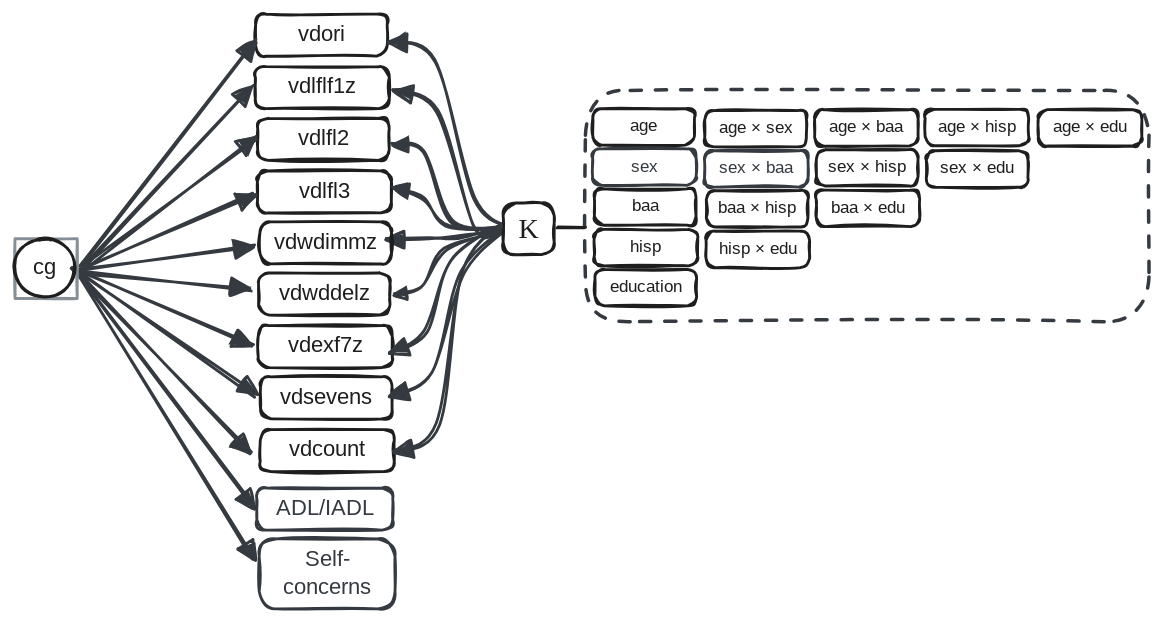
This is R/excalidraw/PMM-103-PMM-no-latent.excalidraw.svg from dougtommet/HRS_cog_classification, a Excalidraw export, as it was before one commit. Source tidied: one line per element, renumbered; positions are measured from the earlier drawing's top-left corner, leaving out a move shared by most shapes. Its diagram source:
```json
{"id": 0, "type": "rectangle", "strokeColor": "#1e1e1e", "strokeWidth": 2, "roughness": 1, "round": true, "x": 173, "y": 0, "width": 94, "height": 30}
{"id": 1, "type": "text", "text": "vdori", "strokeColor": "#1e1e1e", "strokeWidth": 2, "roughness": 1, "fontSize": 16, "fontFamily": 5, "textAlign": "center", "verticalAlign": "middle", "inside": 0, "x": 203, "y": 5, "width": 34, "height": 20}
{"id": 2, "type": "rectangle", "strokeColor": "#1e1e1e", "strokeWidth": 2, "roughness": 1, "round": true, "x": 175, "y": 185, "width": 94, "height": 30}
{"id": 3, "type": "text", "text": "vdwddelz", "strokeColor": "#1e1e1e", "strokeWidth": 2, "roughness": 1, "fontSize": 16, "fontFamily": 5, "textAlign": "center", "verticalAlign": "middle", "inside": 2, "x": 187, "y": 190, "width": 70, "height": 20}
{"id": 4, "type": "rectangle", "strokeColor": "#1e1e1e", "strokeWidth": 2, "roughness": 1, "round": true, "x": 174, "y": 74, "width": 94, "height": 30}
{"id": 5, "type": "text", "text": "vdlfl2", "strokeColor": "#1e1e1e", "strokeWidth": 2, "roughness": 1, "fontSize": 16, "fontFamily": 5, "textAlign": "center", "verticalAlign": "middle", "inside": 4, "x": 202, "y": 79, "width": 37, "height": 20}
{"id": 6, "type": "rectangle", "strokeColor": "#1e1e1e", "strokeWidth": 2, "roughness": 1, "round": true, "x": 176, "y": 259, "width": 94, "height": 30}
{"id": 7, "type": "text", "text": "vdsevens", "strokeColor": "#1e1e1e", "strokeWidth": 2, "roughness": 1, "fontSize": 16, "fontFamily": 5, "textAlign": "center", "verticalAlign": "middle", "inside": 6, "x": 188, "y": 264, "width": 69, "height": 20}
{"id": 8, "type": "rectangle", "strokeColor": "#1e1e1e", "strokeWidth": 2, "roughness": 1, "round": true, "x": 172, "y": 38, "width": 96, "height": 30}
{"id": 9, "type": "text", "text": "vdlflf1z", "strokeColor": "#1e1e1e", "strokeWidth": 2, "roughness": 1, "fontSize": 16, "fontFamily": 5, "textAlign": "center", "verticalAlign": "middle", "inside": 8, "x": 195, "y": 43, "width": 50, "height": 20}
{"id": 10, "type": "rectangle", "strokeColor": "#1e1e1e", "strokeWidth": 2, "roughness": 1, "round": true, "x": 174, "y": 222, "width": 96, "height": 30}
{"id": 11, "type": "text", "text": "vdexf7z", "strokeColor": "#1e1e1e", "strokeWidth": 2, "roughness": 1, "fontSize": 16, "fontFamily": 5, "textAlign": "center", "verticalAlign": "middle", "inside": 10, "x": 191, "y": 227, "width": 62, "height": 20}
{"id": 12, "type": "rectangle", "strokeColor": "#1e1e1e", "strokeWidth": 2, "roughness": 1, "round": true, "x": 174, "y": 112, "width": 96, "height": 30}
{"id": 13, "type": "text", "text": "vdlfl3", "strokeColor": "#1e1e1e", "strokeWidth": 2, "roughness": 1, "fontSize": 16, "fontFamily": 5, "textAlign": "center", "verticalAlign": "middle", "inside": 12, "x": 203, "y": 117, "width": 37, "height": 20}
{"id": 14, "type": "rectangle", "strokeColor": "#1e1e1e", "strokeWidth": 2, "roughness": 1, "round": true, "x": 176, "y": 297, "width": 96, "height": 30}
{"id": 15, "type": "text", "text": "vdcount", "strokeColor": "#1e1e1e", "strokeWidth": 2, "roughness": 1, "fontSize": 16, "fontFamily": 5, "textAlign": "center", "verticalAlign": "middle", "inside": 14, "x": 193, "y": 302, "width": 62, "height": 20}
{"id": 16, "type": "arrow", "strokeColor": "#343a40", "strokeWidth": 2, "roughness": 1, "endArrowhead": "triangle", "round": true, "x": 47, "y": 179, "width": 124, "height": 161, "points": [[0, 0], [124, -161]]}
{"id": 17, "type": "arrow", "strokeColor": "#343a40", "strokeWidth": 2, "roughness": 1, "endArrowhead": "triangle", "round": true, "to": 8, "x": 50, "y": 181, "width": 122, "height": 129, "points": [[0, 0], [122, -129]]}
{"id": 18, "type": "arrow", "strokeColor": "#343a40", "strokeWidth": 2, "roughness": 1, "endArrowhead": "triangle", "round": true, "to": 4, "x": 49, "y": 181, "width": 123, "height": 92, "points": [[0, 0], [123, -92]]}
{"id": 19, "type": "arrow", "strokeColor": "#343a40", "strokeWidth": 2, "roughness": 1, "endArrowhead": "triangle", "round": true, "from": 32, "to": 12, "x": 42, "y": 184, "width": 129, "height": 55, "points": [[0, 0], [129, -55]]}
{"id": 20, "type": "arrow", "strokeColor": "#343a40", "strokeWidth": 2, "roughness": 1, "endArrowhead": "triangle", "round": true, "to": 2, "x": 50, "y": 184, "width": 120, "height": 13, "points": [[0, 0], [120, 13]]}
{"id": 21, "type": "arrow", "strokeColor": "#343a40", "strokeWidth": 2, "roughness": 1, "endArrowhead": "triangle", "round": true, "to": 43, "x": 51, "y": 182, "width": 120, "height": 17, "points": [[0, 0], [120, -17]]}
{"id": 22, "type": "arrow", "strokeColor": "#343a40", "strokeWidth": 2, "roughness": 1, "endArrowhead": "triangle", "round": true, "from": 32, "to": 10, "x": 42, "y": 182, "width": 130, "height": 55, "points": [[0, 0], [130, 55]]}
{"id": 23, "type": "arrow", "strokeColor": "#343a40", "strokeWidth": 2, "roughness": 1, "endArrowhead": "triangle", "round": true, "to": 6, "x": 47, "y": 185, "width": 126, "height": 89, "points": [[0, 0], [126, 89]]}
{"id": 24, "type": "arrow", "strokeColor": "#343a40", "strokeWidth": 2, "roughness": 1, "endArrowhead": "triangle", "round": true, "from": 32, "to": 14, "x": 42, "y": 181, "width": 128, "height": 132, "points": [[0, 0], [128, 132]]}
{"id": 25, "type": "rectangle", "strokeColor": "#343a40", "strokeWidth": 2, "roughness": 1, "round": true, "x": 175, "y": 375, "width": 97, "height": 50}
{"id": 26, "type": "text", "text": "Self-\nconcerns", "strokeColor": "#343a40", "strokeWidth": 2, "roughness": 1, "fontSize": 16, "fontFamily": 5, "textAlign": "center", "verticalAlign": "middle", "inside": 25, "x": 190, "y": 380, "width": 66, "height": 40}
{"id": 27, "type": "rectangle", "strokeColor": "#343a40", "strokeWidth": 2, "roughness": 1, "round": true, "x": 173, "y": 338, "width": 97, "height": 30}
{"id": 28, "type": "text", "text": "ADL/IADL", "strokeColor": "#343a40", "strokeWidth": 2, "roughness": 1, "fontSize": 16, "fontFamily": 5, "textAlign": "center", "verticalAlign": "middle", "inside": 27, "x": 184, "y": 343, "width": 76, "height": 20}
{"id": 29, "type": "arrow", "strokeColor": "#343a40", "strokeWidth": 2, "roughness": 1, "endArrowhead": "triangle", "round": true, "from": 32, "to": 27, "x": 44, "y": 184, "width": 127, "height": 168, "points": [[0, 0], [127, 168]]}
{"id": 30, "type": "arrow", "strokeColor": "#343a40", "strokeWidth": 2, "roughness": 1, "endArrowhead": "triangle", "round": true, "from": 32, "to": 25, "x": 44, "y": 184, "width": 127, "height": 206, "points": [[0, 0], [127, 206]]}
{"id": 31, "type": "rectangle", "strokeColor": "#868e96", "strokeWidth": 2, "roughness": 1, "x": 1, "y": 160, "width": 44, "height": 43}
{"id": 32, "type": "ellipse", "strokeColor": "#1e1e1e", "strokeWidth": 2, "roughness": 1, "x": 0, "y": 160, "width": 44, "height": 42}
{"id": 33, "type": "text", "text": "cg", "strokeColor": "#1e1e1e", "strokeWidth": 2, "roughness": 1, "fontSize": 16, "fontFamily": 5, "textAlign": "center", "verticalAlign": "middle", "inside": 32, "x": 14, "y": 171, "width": 15, "height": 20}
{"id": 34, "type": "arrow", "strokeColor": "#343a40", "strokeWidth": 2, "roughness": 1, "endArrowhead": "triangle", "round": true, "from": 45, "to": 0, "x": 357, "y": 153, "width": 89, "height": 134, "points": [[0, 0], [-28, -21], [-56, -120], [-89, -134]]}
{"id": 35, "type": "arrow", "strokeColor": "#343a40", "strokeWidth": 2, "roughness": 1, "endArrowhead": "triangle", "round": true, "from": 45, "to": 8, "x": 346, "y": 156, "width": 76, "height": 102, "points": [[0, 0], [-18, -5], [-43, -88], [-76, -102]]}
{"id": 36, "type": "arrow", "strokeColor": "#343a40", "angle": 0.01, "strokeWidth": 2, "roughness": 1, "endArrowhead": "triangle", "round": true, "x": 356, "y": 149, "width": 87, "height": 57, "points": [[0, 0], [-41, -1], [-64, -51], [-87, -57]]}
{"id": 37, "type": "arrow", "strokeColor": "#343a40", "angle": 0.08, "strokeWidth": 2, "roughness": 1, "endArrowhead": "triangle", "round": true, "x": 360, "y": 150, "width": 91, "height": 24, "points": [[0, 0], [-48, 2], [-68, -16], [-91, -22]]}
{"id": 38, "type": "arrow", "strokeColor": "#343a40", "angle": 0.08, "strokeWidth": 2, "roughness": 1, "endArrowhead": "triangle", "round": true, "from": 45, "to": 43, "x": 343, "y": 150, "width": 76, "height": 13, "points": [[0, 0], [-27, 8], [-47, 11], [-76, 13]]}
{"id": 39, "type": "arrow", "strokeColor": "#343a40", "strokeWidth": 2, "roughness": 1, "endArrowhead": "triangle", "round": true, "from": 45, "to": 14, "x": 355, "y": 146, "width": 84, "height": 166, "points": [[0, 0], [-35, 36], [-53, 147], [-84, 166]]}
{"id": 40, "type": "arrow", "strokeColor": "#343a40", "strokeWidth": 2, "roughness": 1, "endArrowhead": "triangle", "round": true, "x": 356, "y": 149, "width": 87, "height": 124, "points": [[0, 0], [-36, 35], [-57, 106], [-87, 124]]}
{"id": 41, "type": "arrow", "strokeColor": "#343a40", "strokeWidth": 2, "roughness": 1, "endArrowhead": "triangle", "round": true, "x": 355, "y": 147, "width": 87, "height": 96, "points": [[0, 0], [-42, 28], [-62, 80], [-87, 96]]}
{"id": 42, "type": "arrow", "strokeColor": "#343a40", "strokeWidth": 2, "roughness": 1, "endArrowhead": "triangle", "round": true, "from": 45, "to": 2, "x": 349, "y": 155, "width": 77, "height": 44, "points": [[0, 0], [-41, 13], [-57, 39], [-77, 44]]}
{"id": 43, "type": "rectangle", "strokeColor": "#1e1e1e", "strokeWidth": 2, "roughness": 1, "round": true, "x": 176, "y": 148, "width": 94, "height": 30}
{"id": 44, "type": "text", "text": "vdwdimmz", "strokeColor": "#1e1e1e", "strokeWidth": 2, "roughness": 1, "fontSize": 16, "fontFamily": 5, "textAlign": "center", "verticalAlign": "middle", "inside": 43, "x": 187, "y": 153, "width": 72, "height": 20}
{"id": 45, "type": "rectangle", "strokeColor": "#1e1e1e", "backgroundColor": "#ffffff", "fillStyle": "solid", "strokeWidth": 2, "roughness": 1, "round": true, "x": 349, "y": 135, "width": 36, "height": 37}
{"id": 46, "type": "text", "text": "Κ", "strokeColor": "#1e1e1e", "strokeWidth": 2, "roughness": 1, "fontSize": 20, "fontFamily": 6, "textAlign": "center", "verticalAlign": "middle", "inside": 45, "x": 360, "y": 140, "width": 16, "height": 27}
{"id": 47, "type": "rectangle", "strokeColor": "#1e1e1e", "strokeWidth": 2, "roughness": 1, "round": true, "x": 413, "y": 68, "width": 73, "height": 26}
{"id": 48, "type": "text", "text": "age", "strokeColor": "#1e1e1e", "strokeWidth": 2, "roughness": 1, "fontSize": 12.36, "fontFamily": 5, "textAlign": "center", "verticalAlign": "middle", "inside": 47, "x": 439, "y": 73, "width": 21, "height": 15}
{"id": 49, "type": "rectangle", "strokeColor": "#1e1e1e", "strokeWidth": 2, "roughness": 1, "round": true, "x": 415, "y": 182, "width": 73, "height": 26}
{"id": 50, "type": "text", "text": "education", "strokeColor": "#1e1e1e", "strokeWidth": 2, "roughness": 1, "fontSize": 12.36, "fontFamily": 5, "textAlign": "center", "verticalAlign": "middle", "inside": 49, "x": 422, "y": 188, "width": 58, "height": 15}
{"id": 51, "type": "rectangle", "strokeColor": "#1e1e1e", "strokeWidth": 2, "roughness": 1, "round": true, "x": 415, "y": 125, "width": 73, "height": 26}
{"id": 52, "type": "text", "text": "baa", "strokeColor": "#1e1e1e", "strokeWidth": 2, "roughness": 1, "fontSize": 12.36, "fontFamily": 5, "textAlign": "center", "verticalAlign": "middle", "inside": 51, "x": 440, "y": 130, "width": 21, "height": 15}
{"id": 53, "type": "rectangle", "strokeColor": "#343a40", "strokeWidth": 2, "roughness": 1, "round": true, "x": 413, "y": 96, "width": 74, "height": 26}
{"id": 54, "type": "text", "text": "sex", "strokeColor": "#343a40", "strokeWidth": 2, "roughness": 1, "fontSize": 12.36, "fontFamily": 5, "textAlign": "center", "verticalAlign": "middle", "inside": 53, "x": 440, "y": 102, "width": 21, "height": 15}
{"id": 55, "type": "rectangle", "strokeColor": "#1e1e1e", "strokeWidth": 2, "roughness": 1, "round": true, "x": 414, "y": 154, "width": 74, "height": 26}
{"id": 56, "type": "text", "text": "hisp", "strokeColor": "#1e1e1e", "strokeWidth": 2, "roughness": 1, "fontSize": 12.36, "fontFamily": 5, "textAlign": "center", "verticalAlign": "middle", "inside": 55, "x": 440, "y": 159, "width": 23, "height": 15}
{"id": 57, "type": "rectangle", "strokeColor": "#1e1e1e", "strokeWidth": 2, "roughness": 1, "round": true, "x": 493, "y": 69, "width": 73, "height": 26}
{"id": 58, "type": "text", "text": "age × sex", "strokeColor": "#1e1e1e", "strokeWidth": 2, "roughness": 1, "fontSize": 12.36, "fontFamily": 5, "textAlign": "center", "verticalAlign": "middle", "inside": 57, "x": 501, "y": 74, "width": 58, "height": 15}
{"id": 59, "type": "rectangle", "strokeColor": "#1e1e1e", "strokeWidth": 2, "roughness": 1, "round": true, "x": 495, "y": 126, "width": 73, "height": 26}
{"id": 60, "type": "text", "text": "baa × hisp", "strokeColor": "#1e1e1e", "strokeWidth": 2, "roughness": 1, "fontSize": 12.36, "fontFamily": 5, "textAlign": "center", "verticalAlign": "middle", "inside": 59, "x": 500, "y": 131, "width": 61, "height": 15}
{"id": 61, "type": "rectangle", "strokeColor": "#1e1e1e", "strokeWidth": 2, "roughness": 1, "round": true, "x": 573, "y": 97, "width": 73, "height": 26}
{"id": 62, "type": "text", "text": "sex × hisp", "strokeColor": "#1e1e1e", "strokeWidth": 2, "roughness": 1, "fontSize": 12.36, "fontFamily": 5, "textAlign": "center", "verticalAlign": "middle", "inside": 61, "x": 579, "y": 102, "width": 61, "height": 15}
{"id": 63, "type": "rectangle", "strokeColor": "#343a40", "strokeWidth": 2, "roughness": 1, "round": true, "x": 493, "y": 98, "width": 74, "height": 26}
{"id": 64, "type": "text", "text": "sex × baa", "strokeColor": "#343a40", "strokeWidth": 2, "roughness": 1, "fontSize": 12.36, "fontFamily": 5, "textAlign": "center", "verticalAlign": "middle", "inside": 63, "x": 501, "y": 103, "width": 58, "height": 15}
{"id": 65, "type": "rectangle", "strokeColor": "#1e1e1e", "strokeWidth": 2, "roughness": 1, "round": true, "x": 572, "y": 68, "width": 74, "height": 26}
{"id": 66, "type": "text", "text": "age × baa", "strokeColor": "#1e1e1e", "strokeWidth": 2, "roughness": 1, "fontSize": 12.36, "fontFamily": 5, "textAlign": "center", "verticalAlign": "middle", "inside": 65, "x": 580, "y": 74, "width": 58, "height": 15}
{"id": 67, "type": "rectangle", "strokeColor": "#1e1e1e", "strokeWidth": 2, "roughness": 1, "round": true, "x": 494, "y": 155, "width": 74, "height": 26}
{"id": 68, "type": "text", "text": "hisp × edu", "strokeColor": "#1e1e1e", "strokeWidth": 2, "roughness": 1, "fontSize": 12.36, "fontFamily": 5, "textAlign": "center", "verticalAlign": "middle", "inside": 67, "x": 501, "y": 160, "width": 61, "height": 15}
{"id": 69, "type": "rectangle", "strokeColor": "#1e1e1e", "strokeWidth": 2, "roughness": 1, "round": true, "x": 573, "y": 126, "width": 74, "height": 26}
{"id": 70, "type": "text", "text": "baa × edu", "strokeColor": "#1e1e1e", "strokeWidth": 2, "roughness": 1, "fontSize": 12.36, "fontFamily": 5, "textAlign": "center", "verticalAlign": "middle", "inside": 69, "x": 581, "y": 131, "width": 59, "height": 15}
{"id": 71, "type": "rectangle", "strokeColor": "#1e1e1e", "strokeWidth": 2, "roughness": 1, "round": true, "x": 651, "y": 68, "width": 74, "height": 26}
{"id": 72, "type": "text", "text": "age × hisp", "strokeColor": "#1e1e1e", "strokeWidth": 2, "roughness": 1, "fontSize": 12.36, "fontFamily": 5, "textAlign": "center", "verticalAlign": "middle", "inside": 71, "x": 657, "y": 73, "width": 61, "height": 15}
{"id": 73, "type": "rectangle", "strokeColor": "#1e1e1e", "strokeWidth": 2, "roughness": 1, "round": true, "x": 732, "y": 68, "width": 74, "height": 26}
{"id": 74, "type": "text", "text": "age × edu", "strokeColor": "#1e1e1e", "strokeWidth": 2, "roughness": 1, "fontSize": 12.36, "fontFamily": 5, "textAlign": "center", "verticalAlign": "middle", "inside": 73, "x": 740, "y": 73, "width": 58, "height": 15}
{"id": 75, "type": "rectangle", "strokeColor": "#343a40", "strokeWidth": 2, "strokeStyle": "dashed", "roughness": 1, "round": true, "x": 408, "y": 54, "width": 403, "height": 165}
{"id": 76, "type": "line", "strokeColor": "#1e1e1e", "backgroundColor": "#ffffff", "fillStyle": "solid", "strokeWidth": 2, "roughness": 1, "round": true, "x": 408, "y": 152, "width": 20, "height": 0, "points": [[0, 0], [-20, 0]]}
{"id": 77, "type": "rectangle", "strokeColor": "#1e1e1e", "strokeWidth": 2, "roughness": 1, "round": true, "x": 652, "y": 98, "width": 73, "height": 26}
{"id": 78, "type": "text", "text": "sex × edu", "strokeColor": "#1e1e1e", "strokeWidth": 2, "roughness": 1, "fontSize": 12.36, "fontFamily": 5, "textAlign": "center", "verticalAlign": "middle", "inside": 77, "x": 659, "y": 103, "width": 58, "height": 15}
```
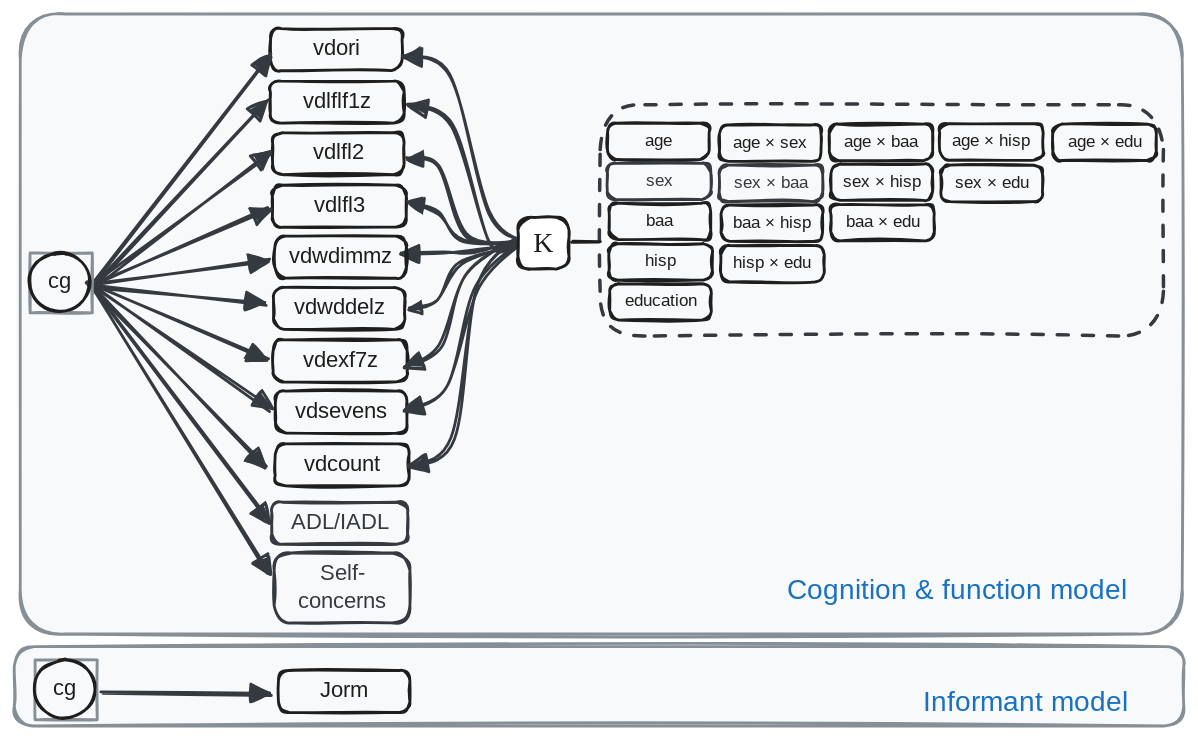
After the commit.

The edit, as a diff of the source:
```diff
@@ -1,3 +1,5 @@
+{"id": 79, "type": "rectangle", "strokeColor": "#868e96", "backgroundColor": "#f8f9fa", "fillStyle": "solid", "strokeWidth": 2, "roughness": 1, "round": true, "x": -11, "y": 442, "width": 836, "height": 57}
+{"id": 80, "type": "rectangle", "strokeColor": "#868e96", "backgroundColor": "#f8f9fa", "fillStyle": "solid", "strokeWidth": 2, "roughness": 1, "round": true, "x": -6, "y": -10, "width": 830, "height": 443}
 {"id": 0, "type": "rectangle", "strokeColor": "#1e1e1e", "strokeWidth": 2, "roughness": 1, "round": true, "x": 173, "y": 0, "width": 94, "height": 30}
 {"id": 1, "type": "text", "text": "vdori", "strokeColor": "#1e1e1e", "strokeWidth": 2, "roughness": 1, "fontSize": 16, "fontFamily": 5, "textAlign": "center", "verticalAlign": "middle", "inside": 0, "x": 203, "y": 5, "width": 34, "height": 20}
 {"id": 2, "type": "rectangle", "strokeColor": "#1e1e1e", "strokeWidth": 2, "roughness": 1, "round": true, "x": 175, "y": 185, "width": 94, "height": 30}
@@ -77,3 +79,11 @@
 {"id": 76, "type": "line", "strokeColor": "#1e1e1e", "backgroundColor": "#ffffff", "fillStyle": "solid", "strokeWidth": 2, "roughness": 1, "round": true, "x": 408, "y": 152, "width": 20, "height": 0, "points": [[0, 0], [-20, 0]]}
 {"id": 77, "type": "rectangle", "strokeColor": "#1e1e1e", "strokeWidth": 2, "roughness": 1, "round": true, "x": 652, "y": 98, "width": 73, "height": 26}
 {"id": 78, "type": "text", "text": "sex × edu", "strokeColor": "#1e1e1e", "strokeWidth": 2, "roughness": 1, "fontSize": 12.36, "fontFamily": 5, "textAlign": "center", "verticalAlign": "middle", "inside": 77, "x": 659, "y": 103, "width": 58, "height": 15}
+{"id": 81, "type": "rectangle", "strokeColor": "#1e1e1e", "strokeWidth": 2, "roughness": 1, "round": true, "x": 178, "y": 459, "width": 94, "height": 30}
+{"id": 82, "type": "text", "text": "Jorm", "strokeColor": "#1e1e1e", "strokeWidth": 2, "roughness": 1, "fontSize": 16, "fontFamily": 5, "textAlign": "center", "verticalAlign": "middle", "inside": 81, "x": 207, "y": 464, "width": 36, "height": 20}
+{"id": 83, "type": "arrow", "strokeColor": "#343a40", "strokeWidth": 2, "roughness": 1, "endArrowhead": "triangle", "round": true, "to": 81, "x": 53, "y": 475, "width": 120, "height": 0, "points": [[0, 0], [120, 0]]}
+{"id": 84, "type": "rectangle", "strokeColor": "#868e96", "strokeWidth": 2, "roughness": 1, "x": 4, "y": 451, "width": 44, "height": 43}
+{"id": 85, "type": "ellipse", "strokeColor": "#1e1e1e", "strokeWidth": 2, "roughness": 1, "x": 4, "y": 451, "width": 44, "height": 42}
+{"id": 86, "type": "text", "text": "cg", "strokeColor": "#1e1e1e", "strokeWidth": 2, "roughness": 1, "fontSize": 16, "fontFamily": 5, "textAlign": "center", "verticalAlign": "middle", "inside": 85, "x": 18, "y": 462, "width": 15, "height": 20}
+{"id": 87, "type": "text", "text": "Cognition & function model", "strokeColor": "#1971c2", "backgroundColor": "#f8f9fa", "fillStyle": "solid", "strokeWidth": 2, "roughness": 1, "fontSize": 20, "fontFamily": 5, "x": 542, "y": 390, "width": 260, "height": 25}
+{"id": 88, "type": "text", "text": "Informant model", "strokeColor": "#1971c2", "backgroundColor": "#f8f9fa", "fillStyle": "solid", "strokeWidth": 2, "roughness": 1, "fontSize": 20, "fontFamily": 5, "x": 639, "y": 470, "width": 159, "height": 25}
```
